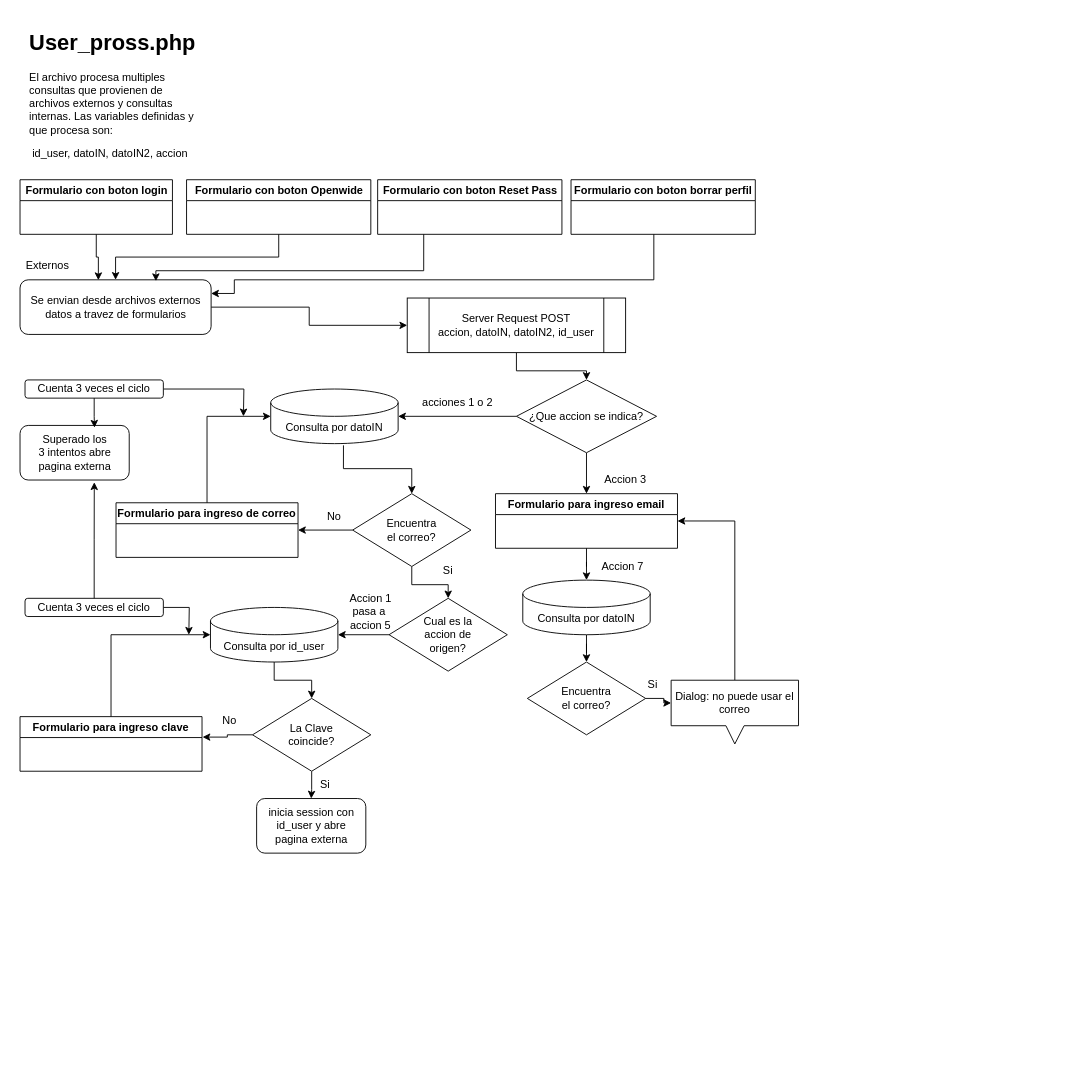
Earlier version of the draw.io diagram user_prossphp.drawio (MaxiFranz/TrayectoP). Source tidied: cells renumbered, new cells numbered last; positions are measured from the earlier drawing's top-left corner, leaving out a move shared by most shapes. Both pictures are drawn from the tidied source at 91%, with x=0, y=0 at pixel (15, 25).
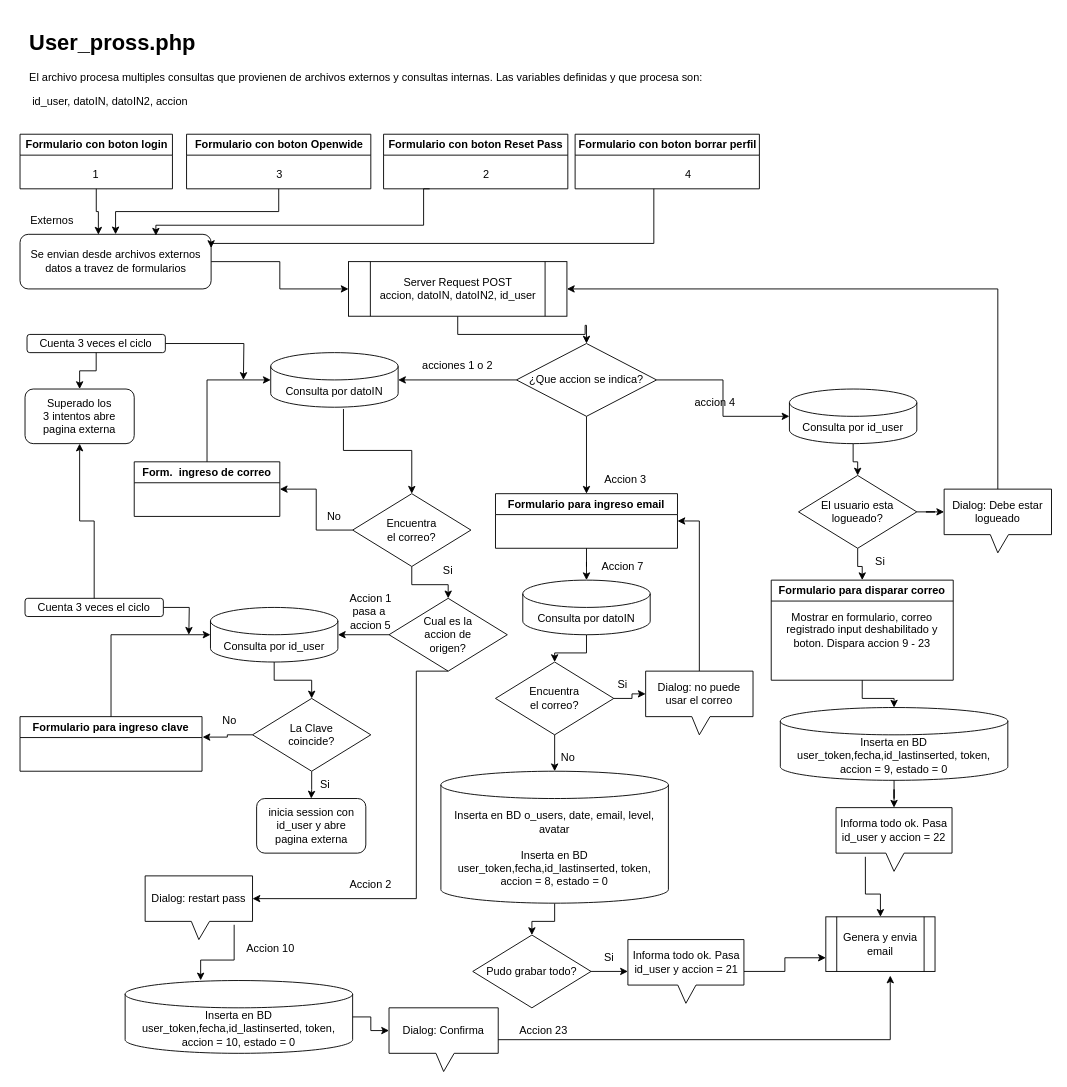
Above is the later version.

The change refers to these unchanged cells:
```xml
<mxCell id="28" value="Cual es la &lt;br&gt;accion de &lt;br&gt;origen?" style="rhombus;whiteSpace=wrap;html=1;" parent="1" vertex="1">
  <mxGeometry x="410" y="630" width="130" height="80" as="geometry" />
</mxCell>
<mxCell id="43" value="Cuenta 3 veces el ciclo" style="rounded=1;whiteSpace=wrap;html=1;" parent="1" vertex="1">
  <mxGeometry x="10" y="630" width="152" height="20" as="geometry" />
</mxCell>
```

Change to the diagram source:
```diff
@@
     <mxCell id="2" value="&lt;h1&gt;User_pross.php&lt;/h1&gt;&lt;p&gt;El archivo procesa multiples consultas que provienen de archivos externos y consultas internas. Las variables definidas y que procesa son:&amp;nbsp;&lt;/p&gt;&lt;p&gt;&lt;span style=&quot;background-color: initial;&quot;&gt;&amp;nbsp;id_user,&amp;nbsp;&lt;/span&gt;&lt;span style=&quot;background-color: initial;&quot;&gt;datoIN,&amp;nbsp;&lt;/span&gt;&lt;span style=&quot;background-color: initial;&quot;&gt;datoIN2,&amp;nbsp;&lt;/span&gt;&lt;span style=&quot;background-color: initial;&quot;&gt;accion&lt;/span&gt;&lt;/p&gt;" style="text;html=1;strokeColor=none;fillColor=none;spacing=5;spacingTop=-20;whiteSpace=wrap;overflow=hidden;rounded=0;" parent="1" vertex="1">
-      <mxGeometry x="10" width="190" height="160" as="geometry" />
+      <mxGeometry x="10" width="770" height="100" as="geometry" />
     </mxCell>
@@
     <mxCell id="4" value="Server Request POST&lt;br&gt;accion, datoIN, datoIN2, id_user" style="shape=process;whiteSpace=wrap;html=1;backgroundOutline=1;" parent="1" vertex="1">
-      <mxGeometry x="430" y="300" width="240" height="60" as="geometry" />
+      <mxGeometry x="365.5" y="260" width="240" height="60" as="geometry" />
     </mxCell>
@@
     <mxCell id="6" value="Se envian desde archivos externos datos a travez de formularios" style="rounded=1;whiteSpace=wrap;html=1;" parent="1" vertex="1">
-      <mxGeometry x="4.5" y="280" width="210" height="60" as="geometry" />
+      <mxGeometry x="4.5" y="230" width="210" height="60" as="geometry" />
     </mxCell>
     <mxCell id="7" value="Externos" style="text;html=1;strokeColor=none;fillColor=none;align=center;verticalAlign=middle;whiteSpace=wrap;rounded=0;" parent="1" vertex="1">
-      <mxGeometry y="250" width="70" height="30" as="geometry" />
+      <mxGeometry x="4.5" y="200" width="70" height="30" as="geometry" />
     </mxCell>
     <mxCell id="8" value="Formulario con boton login" style="swimlane;whiteSpace=wrap;html=1;" parent="1" vertex="1">
-      <mxGeometry x="4.5" y="170" width="167.5" height="60" as="geometry" />
+      <mxGeometry x="4.5" y="120" width="167.5" height="60" as="geometry" />
     </mxCell>
+    <mxCell id="60" value="1" style="text;html=1;strokeColor=none;fillColor=none;align=center;verticalAlign=middle;whiteSpace=wrap;rounded=0;" parent="8" vertex="1">
+      <mxGeometry x="53.8" y="30" width="60" height="30" as="geometry" />
+    </mxCell>
@@
     <mxCell id="10" value="Formulario con boton Openwide" style="swimlane;whiteSpace=wrap;html=1;" parent="1" vertex="1">
-      <mxGeometry x="187.5" y="170" width="202.5" height="60" as="geometry" />
+      <mxGeometry x="187.5" y="120" width="202.5" height="60" as="geometry" />
     </mxCell>
+    <mxCell id="61" value="3" style="text;html=1;strokeColor=none;fillColor=none;align=center;verticalAlign=middle;whiteSpace=wrap;rounded=0;" parent="10" vertex="1">
+      <mxGeometry x="72.5" y="30" width="60" height="30" as="geometry" />
+    </mxCell>
     <mxCell id="11" value="Formulario con boton Reset Pass" style="swimlane;whiteSpace=wrap;html=1;" parent="1" vertex="1">
-      <mxGeometry x="397.5" y="170" width="202.5" height="60" as="geometry" />
+      <mxGeometry x="404" y="120" width="202.5" height="60" as="geometry" />
     </mxCell>
+    <mxCell id="62" value="2" style="text;html=1;strokeColor=none;fillColor=none;align=center;verticalAlign=middle;whiteSpace=wrap;rounded=0;" parent="11" vertex="1">
+      <mxGeometry x="82.5" y="30" width="60" height="30" as="geometry" />
+    </mxCell>
     <mxCell id="12" value="Formulario con boton borrar perfil" style="swimlane;whiteSpace=wrap;html=1;" parent="1" vertex="1">
-      <mxGeometry x="610" y="170" width="202.5" height="60" as="geometry" />
+      <mxGeometry x="614.5" y="120" width="202.5" height="60" as="geometry" />
     </mxCell>
+    <mxCell id="63" value="4" style="text;html=1;strokeColor=none;fillColor=none;align=center;verticalAlign=middle;whiteSpace=wrap;rounded=0;" parent="12" vertex="1">
+      <mxGeometry x="94" y="30" width="60" height="30" as="geometry" />
+    </mxCell>
@@
     <mxCell id="14" style="edgeStyle=orthogonalEdgeStyle;rounded=0;jettySize=auto;html=1;entryX=0.711;entryY=0.024;entryDx=0;entryDy=0;entryPerimeter=0;exitX=0.25;exitY=1;exitDx=0;exitDy=0;" parent="1" edge="1" source="11" target="6">
       <mxGeometry relative="1" as="geometry">
         <Array as="points">
-          <mxPoint x="448" y="270" />
-          <mxPoint x="154" y="270" />
+          <mxPoint x="448" y="180" />
+          <mxPoint x="448" y="220" />
+          <mxPoint x="154" y="220" />
         </Array>
       </mxGeometry>
     </mxCell>
     <mxCell id="15" style="edgeStyle=orthogonalEdgeStyle;rounded=0;jettySize=auto;html=1;entryX=1;entryY=0.25;entryDx=0;entryDy=0;" parent="1" edge="1" source="12" target="6">
       <mxGeometry relative="1" as="geometry">
         <Array as="points">
-          <mxPoint x="701" y="280" />
-          <mxPoint x="240" y="280" />
-          <mxPoint x="240" y="295" />
+          <mxPoint x="701" y="240" />
+          <mxPoint x="215" y="240" />
         </Array>
       </mxGeometry>
     </mxCell>
@@
+    <mxCell id="64" style="edgeStyle=orthogonalEdgeStyle;rounded=0;jettySize=auto;html=1;" parent="1" edge="1" source="18" target="76">
+      <mxGeometry relative="1" as="geometry" />
+    </mxCell>
     <mxCell id="18" value="¿Que accion se indica?" style="rhombus;whiteSpace=wrap;html=1;" parent="1" vertex="1">
-      <mxGeometry x="550" y="390" width="154" height="80" as="geometry" />
+      <mxGeometry x="550" y="350" width="154" height="80" as="geometry" />
     </mxCell>
@@
     <mxCell id="20" value="Consulta por datoIN" style="shape=cylinder3;whiteSpace=wrap;html=1;boundedLbl=1;backgroundOutline=1;size=15;" parent="1" vertex="1">
-      <mxGeometry x="280" y="400" width="140" height="60" as="geometry" />
+      <mxGeometry x="280" y="360" width="140" height="60" as="geometry" />
     </mxCell>
     <mxCell id="21" value="acciones 1 o 2" style="text;html=1;strokeColor=none;fillColor=none;align=center;verticalAlign=middle;whiteSpace=wrap;rounded=0;" parent="1" vertex="1">
-      <mxGeometry x="437" y="400" width="97" height="30" as="geometry" />
+      <mxGeometry x="437" y="360" width="97" height="30" as="geometry" />
     </mxCell>
@@
-    <mxCell id="25" value="Formulario para ingreso de correo" style="swimlane;" parent="1" vertex="1">
-      <mxGeometry x="110" y="525" width="200" height="60" as="geometry" />
+    <mxCell id="25" value="Form.  ingreso de correo" style="swimlane;startSize=23;" parent="1" vertex="1">
+      <mxGeometry x="130" y="480" width="160" height="60" as="geometry" />
     </mxCell>
@@
     <mxCell id="40" style="edgeStyle=orthogonalEdgeStyle;rounded=0;jettySize=auto;html=1;" parent="1" edge="1" source="41">
       <mxGeometry relative="1" as="geometry">
-        <mxPoint x="250" y="430" as="targetPoint" />
+        <mxPoint x="250" y="390" as="targetPoint" />
       </mxGeometry>
     </mxCell>
     <mxCell id="41" value="Cuenta 3 veces el ciclo" style="rounded=1;whiteSpace=wrap;html=1;" parent="1" vertex="1">
-      <mxGeometry x="10" y="390" width="152" height="20" as="geometry" />
+      <mxGeometry x="12.2" y="340" width="152" height="20" as="geometry" />
     </mxCell>
@@
     <mxCell id="44" value="Superado los&lt;br&gt;3 intentos abre pagina externa" style="rounded=1;whiteSpace=wrap;html=1;" parent="1" vertex="1">
-      <mxGeometry x="4.5" y="440" width="120" height="60" as="geometry" />
+      <mxGeometry x="10" y="400" width="120" height="60" as="geometry" />
     </mxCell>
-    <mxCell id="45" style="edgeStyle=orthogonalEdgeStyle;rounded=0;jettySize=auto;html=1;entryX=0.682;entryY=0.041;entryDx=0;entryDy=0;entryPerimeter=0;" parent="1" edge="1" source="41" target="44">
+    <mxCell id="45" style="edgeStyle=orthogonalEdgeStyle;rounded=0;jettySize=auto;html=1;entryX=0.5;entryY=0;entryDx=0;entryDy=0;" parent="1" edge="1" source="41" target="44">
       <mxGeometry relative="1" as="geometry" />
     </mxCell>
-    <mxCell id="46" style="edgeStyle=orthogonalEdgeStyle;rounded=0;jettySize=auto;html=1;entryX=0.68;entryY=1.041;entryDx=0;entryDy=0;entryPerimeter=0;" parent="1" edge="1" source="43" target="44">
+    <mxCell id="46" style="edgeStyle=orthogonalEdgeStyle;rounded=0;jettySize=auto;html=1;entryX=0.5;entryY=1;entryDx=0;entryDy=0;" parent="1" edge="1" source="43" target="44">
       <mxGeometry relative="1" as="geometry" />
     </mxCell>
@@
     <mxCell id="55" value="Encuentra &lt;br&gt;el correo?" style="rhombus;whiteSpace=wrap;html=1;" parent="1" vertex="1">
-      <mxGeometry x="562" y="700" width="130" height="80" as="geometry" />
+      <mxGeometry x="527" y="700" width="130" height="80" as="geometry" />
     </mxCell>
@@
     <mxCell id="57" value="Dialog: no puede usar el correo" style="shape=callout;whiteSpace=wrap;html=1;perimeter=calloutPerimeter;size=20;position=0.43;" parent="1" vertex="1">
-      <mxGeometry x="720" y="720" width="140" height="70" as="geometry" />
+      <mxGeometry x="692" y="710" width="118" height="70" as="geometry" />
     </mxCell>
@@
     <mxCell id="59" value="Si" style="text;html=1;strokeColor=none;fillColor=none;align=center;verticalAlign=middle;whiteSpace=wrap;rounded=0;" parent="1" vertex="1">
-      <mxGeometry x="670" y="710" width="60" height="30" as="geometry" />
+      <mxGeometry x="637" y="710" width="60" height="30" as="geometry" />
     </mxCell>
+    <mxCell id="65" style="edgeStyle=orthogonalEdgeStyle;rounded=0;jettySize=auto;html=1;" parent="1" edge="1" source="66" target="72">
+      <mxGeometry relative="1" as="geometry" />
+    </mxCell>
+    <mxCell id="66" value="Inserta en BD o_users, date, email, level, avatar&lt;br&gt;&lt;br&gt;Inserta en BD user_token,fecha,id_lastinserted, token, accion = 8, estado = 0" style="shape=cylinder3;whiteSpace=wrap;html=1;boundedLbl=1;backgroundOutline=1;size=15;" parent="1" vertex="1">
+      <mxGeometry x="467" y="820" width="250" height="145" as="geometry" />
+    </mxCell>
+    <mxCell id="67" style="edgeStyle=orthogonalEdgeStyle;rounded=0;jettySize=auto;html=1;entryX=0.5;entryY=0;entryDx=0;entryDy=0;entryPerimeter=0;" parent="1" edge="1" source="55" target="66">
+      <mxGeometry relative="1" as="geometry" />
+    </mxCell>
+    <mxCell id="68" value="No" style="text;html=1;strokeColor=none;fillColor=none;align=center;verticalAlign=middle;whiteSpace=wrap;rounded=0;" parent="1" vertex="1">
+      <mxGeometry x="577" y="790" width="60" height="30" as="geometry" />
+    </mxCell>
+    <mxCell id="69" style="edgeStyle=orthogonalEdgeStyle;rounded=0;jettySize=auto;html=1;entryX=0;entryY=0.75;entryDx=0;entryDy=0;" parent="1" edge="1" source="70" target="74">
+      <mxGeometry relative="1" as="geometry" />
+    </mxCell>
+    <mxCell id="70" value="Informa todo ok. Pasa id_user y accion = 21" style="shape=callout;whiteSpace=wrap;html=1;perimeter=calloutPerimeter;size=20;position=0.43;" parent="1" vertex="1">
+      <mxGeometry x="672.5" y="1005" width="127.5" height="70" as="geometry" />
+    </mxCell>
+    <mxCell id="71" style="edgeStyle=orthogonalEdgeStyle;rounded=0;jettySize=auto;html=1;" parent="1" edge="1" source="72" target="70">
+      <mxGeometry relative="1" as="geometry" />
+    </mxCell>
+    <mxCell id="72" value="Pudo grabar todo?" style="rhombus;whiteSpace=wrap;html=1;" parent="1" vertex="1">
+      <mxGeometry x="502" y="1000" width="130" height="80" as="geometry" />
+    </mxCell>
+    <mxCell id="73" value="Si" style="text;html=1;strokeColor=none;fillColor=none;align=center;verticalAlign=middle;whiteSpace=wrap;rounded=0;" parent="1" vertex="1">
+      <mxGeometry x="632" y="1010" width="40" height="30" as="geometry" />
+    </mxCell>
+    <mxCell id="74" value="Genera y envia email" style="shape=process;whiteSpace=wrap;html=1;backgroundOutline=1;" parent="1" vertex="1">
+      <mxGeometry x="890" y="980" width="120" height="60" as="geometry" />
+    </mxCell>
+    <mxCell id="75" style="edgeStyle=orthogonalEdgeStyle;rounded=0;jettySize=auto;html=1;entryX=0.5;entryY=0;entryDx=0;entryDy=0;" parent="1" edge="1" source="76" target="79">
+      <mxGeometry relative="1" as="geometry" />
+    </mxCell>
+    <mxCell id="76" value="Consulta por id_user" style="shape=cylinder3;whiteSpace=wrap;html=1;boundedLbl=1;backgroundOutline=1;size=15;" parent="1" vertex="1">
+      <mxGeometry x="850" y="400" width="140" height="60" as="geometry" />
+    </mxCell>
+    <mxCell id="77" value="accion 4" style="text;html=1;strokeColor=none;fillColor=none;align=center;verticalAlign=middle;whiteSpace=wrap;rounded=0;" parent="1" vertex="1">
+      <mxGeometry x="720" y="400" width="97" height="30" as="geometry" />
+    </mxCell>
+    <mxCell id="78" style="edgeStyle=orthogonalEdgeStyle;rounded=0;jettySize=auto;html=1;" parent="1" edge="1" source="79" target="80">
+      <mxGeometry relative="1" as="geometry" />
+    </mxCell>
+    <mxCell id="79" value="El usuario esta&lt;br&gt;logueado?" style="rhombus;whiteSpace=wrap;html=1;" parent="1" vertex="1">
+      <mxGeometry x="860" y="495" width="130" height="80" as="geometry" />
+    </mxCell>
+    <mxCell id="80" value="Formulario para disparar correo" style="swimlane;whiteSpace=wrap;html=1;" parent="1" vertex="1">
+      <mxGeometry x="830" y="610" width="200" height="110" as="geometry" />
+    </mxCell>
+    <mxCell id="81" value="Mostrar en formulario, correo registrado input deshabilitado y boton. Dispara accion 9 - 23" style="text;html=1;strokeColor=none;fillColor=none;align=center;verticalAlign=middle;whiteSpace=wrap;rounded=0;" parent="80" vertex="1">
+      <mxGeometry x="15" y="40" width="170" height="30" as="geometry" />
+    </mxCell>
+    <mxCell id="82" value="Si" style="text;html=1;strokeColor=none;fillColor=none;align=center;verticalAlign=middle;whiteSpace=wrap;rounded=0;" parent="1" vertex="1">
+      <mxGeometry x="920" y="575" width="60" height="30" as="geometry" />
+    </mxCell>
+    <mxCell id="83" style="edgeStyle=orthogonalEdgeStyle;rounded=0;jettySize=auto;html=1;entryX=1;entryY=0.5;entryDx=0;entryDy=0;exitX=0.5;exitY=0;exitDx=0;exitDy=0;exitPerimeter=0;" parent="1" edge="1" source="84" target="4">
+      <mxGeometry relative="1" as="geometry" />
+    </mxCell>
+    <mxCell id="84" value="Dialog: Debe estar logueado" style="shape=callout;whiteSpace=wrap;html=1;perimeter=calloutPerimeter;size=20;position=0.43;" parent="1" vertex="1">
+      <mxGeometry x="1020" y="510" width="118" height="70" as="geometry" />
+    </mxCell>
+    <mxCell id="85" style="edgeStyle=orthogonalEdgeStyle;rounded=0;jettySize=auto;html=1;entryX=0;entryY=0;entryDx=0;entryDy=25;entryPerimeter=0;" parent="1" edge="1" source="79" target="84">
+      <mxGeometry relative="1" as="geometry" />
+    </mxCell>
+    <mxCell id="86" value="Dialog: restart pass" style="shape=callout;whiteSpace=wrap;html=1;perimeter=calloutPerimeter;size=20;position=0.43;" parent="1" vertex="1">
+      <mxGeometry x="142" y="935" width="118" height="70" as="geometry" />
+    </mxCell>
+    <mxCell id="87" style="edgeStyle=orthogonalEdgeStyle;rounded=0;jettySize=auto;html=1;entryX=0;entryY=0;entryDx=118;entryDy=25;entryPerimeter=0;exitX=0.5;exitY=1;exitDx=0;exitDy=0;" parent="1" edge="1" source="28" target="86">
+      <mxGeometry relative="1" as="geometry">
+        <Array as="points">
+          <mxPoint x="440" y="710" />
+          <mxPoint x="440" y="960" />
+        </Array>
+      </mxGeometry>
+    </mxCell>
+    <mxCell id="88" value="Accion 23" style="text;html=1;strokeColor=none;fillColor=none;align=center;verticalAlign=middle;whiteSpace=wrap;rounded=0;" parent="1" vertex="1">
+      <mxGeometry x="550" y="1090" width="60" height="30" as="geometry" />
+    </mxCell>
+    <mxCell id="89" value="Accion 2" style="text;html=1;strokeColor=none;fillColor=none;align=center;verticalAlign=middle;whiteSpace=wrap;rounded=0;" parent="1" vertex="1">
+      <mxGeometry x="360" y="930" width="60" height="30" as="geometry" />
+    </mxCell>
+    <mxCell id="90" value="Dialog: Confirma" style="shape=callout;whiteSpace=wrap;html=1;perimeter=calloutPerimeter;size=20;position=0.43;" parent="1" vertex="1">
+      <mxGeometry x="410" y="1080" width="120" height="70" as="geometry" />
+    </mxCell>
+    <mxCell id="91" value="Inserta en BD user_token,fecha,id_lastinserted, token, accion = 10, estado = 0" style="shape=cylinder3;whiteSpace=wrap;html=1;boundedLbl=1;backgroundOutline=1;size=15;" parent="1" vertex="1">
+      <mxGeometry x="120" y="1050" width="250" height="80" as="geometry" />
+    </mxCell>
+    <mxCell id="92" style="edgeStyle=orthogonalEdgeStyle;rounded=0;jettySize=auto;html=1;entryX=0.332;entryY=-0.002;entryDx=0;entryDy=0;entryPerimeter=0;exitX=0.829;exitY=0.768;exitDx=0;exitDy=0;exitPerimeter=0;" parent="1" edge="1" source="86" target="91">
+      <mxGeometry relative="1" as="geometry" />
+    </mxCell>
+    <mxCell id="93" style="edgeStyle=orthogonalEdgeStyle;rounded=0;jettySize=auto;html=1;entryX=0;entryY=0;entryDx=0;entryDy=25;entryPerimeter=0;" parent="1" edge="1" source="91" target="90">
+      <mxGeometry relative="1" as="geometry" />
+    </mxCell>
+    <mxCell id="94" style="edgeStyle=orthogonalEdgeStyle;rounded=0;jettySize=auto;html=1;entryX=0.59;entryY=1.076;entryDx=0;entryDy=0;entryPerimeter=0;" parent="1" edge="1" source="90" target="74">
+      <mxGeometry relative="1" as="geometry" />
+    </mxCell>
+    <mxCell id="95" value="Accion 10" style="text;html=1;strokeColor=none;fillColor=none;align=center;verticalAlign=middle;whiteSpace=wrap;rounded=0;" parent="1" vertex="1">
+      <mxGeometry x="250" y="1000" width="60" height="30" as="geometry" />
+    </mxCell>
+    <mxCell id="96" value="Inserta en BD user_token,fecha,id_lastinserted, token, accion = 9, estado = 0" style="shape=cylinder3;whiteSpace=wrap;html=1;boundedLbl=1;backgroundOutline=1;size=15;" parent="1" vertex="1">
+      <mxGeometry x="840" y="750" width="250" height="80" as="geometry" />
+    </mxCell>
+    <mxCell id="97" style="edgeStyle=orthogonalEdgeStyle;rounded=0;jettySize=auto;html=1;entryX=0.5;entryY=0;entryDx=0;entryDy=0;entryPerimeter=0;" parent="1" edge="1" source="80" target="96">
+      <mxGeometry relative="1" as="geometry" />
+    </mxCell>
+    <mxCell id="98" style="edgeStyle=orthogonalEdgeStyle;rounded=0;jettySize=auto;html=1;exitX=0.253;exitY=0.772;exitDx=0;exitDy=0;exitPerimeter=0;" parent="1" edge="1" source="99" target="74">
+      <mxGeometry relative="1" as="geometry" />
+    </mxCell>
+    <mxCell id="99" value="Informa todo ok. Pasa id_user y accion = 22" style="shape=callout;whiteSpace=wrap;html=1;perimeter=calloutPerimeter;size=20;position=0.43;" parent="1" vertex="1">
+      <mxGeometry x="901.2" y="860" width="127.5" height="70" as="geometry" />
+    </mxCell>
+    <mxCell id="100" style="edgeStyle=orthogonalEdgeStyle;rounded=0;jettySize=auto;html=1;entryX=0.5;entryY=0;entryDx=0;entryDy=0;entryPerimeter=0;" parent="1" edge="1" source="96" target="99">
+      <mxGeometry relative="1" as="geometry" />
+    </mxCell>
```
